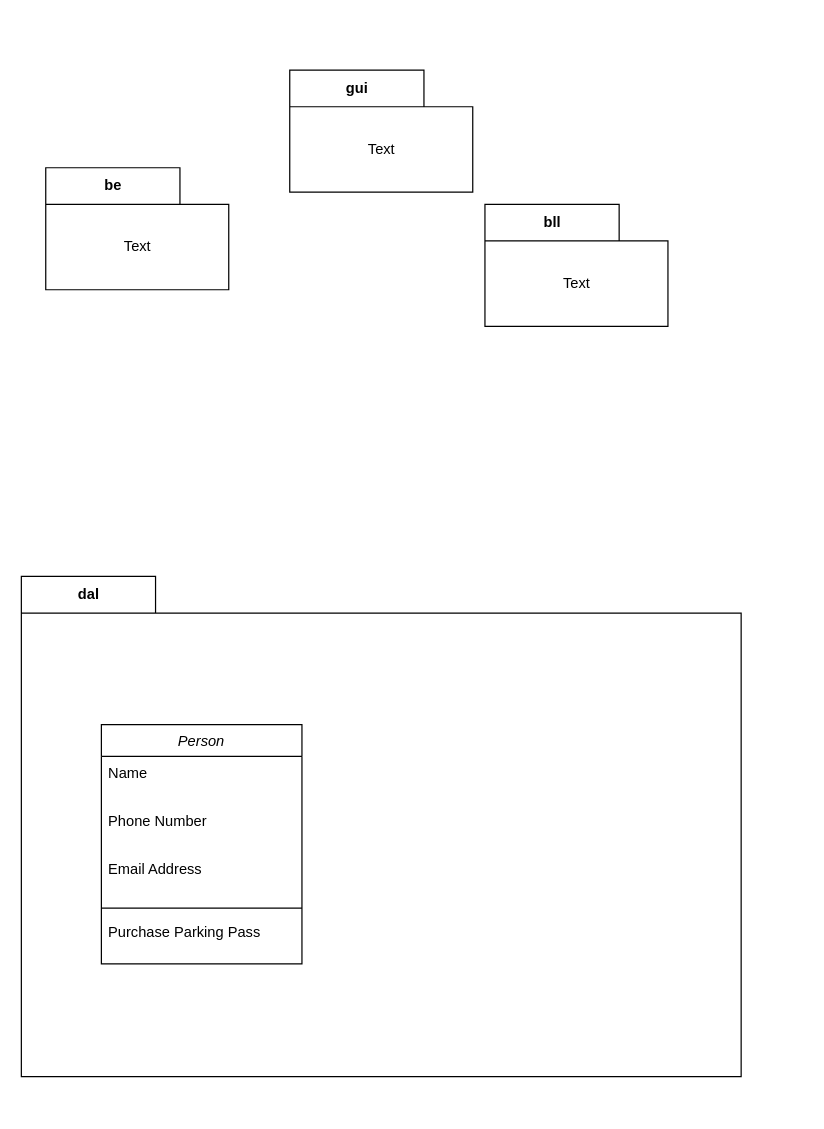
Andylaa10/Compulsory-2---Event-Management keeps this draw.io diagram as page "UML - Event Management" (2 of 2) of .design/Untitled Diagram.drawio. Above is the earlier version. Source tidied: cells renumbered, new cells numbered last; positions are measured from the earlier drawing's top-left corner, leaving out a move shared by most shapes. Both pictures are drawn from the tidied source at 122%, with x=0, y=0 at pixel (21, 70).
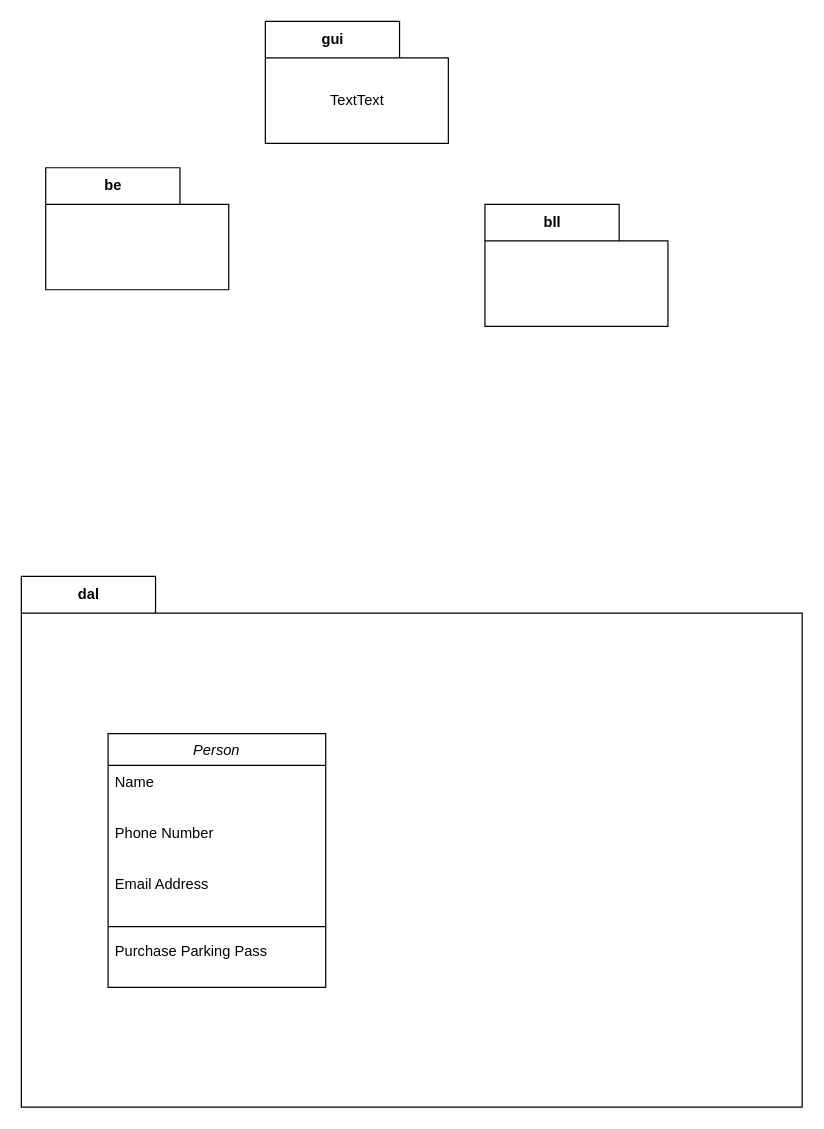
The same diagram, later.

The edit, as a diff of the source:
```diff
@@
 <mxGraphModel>
   <root>
     <mxCell id="0" />
     <mxCell id="1" parent="0" />
     <mxCell id="2" value="gui" style="shape=folder;fontStyle=1;tabWidth=110;tabHeight=30;tabPosition=left;html=1;boundedLbl=1;labelInHeader=1;" parent="1" vertex="1">
-      <mxGeometry x="220" width="150" height="100" as="geometry" />
+      <mxGeometry x="200" y="-40" width="150" height="100" as="geometry" />
     </mxCell>
-    <mxCell id="3" value="Text" style="html=1;strokeColor=none;fillColor=none;" parent="2" vertex="1">
+    <mxCell id="3" value="TextText" style="html=1;strokeColor=none;fillColor=none;" parent="2" vertex="1">
       <mxGeometry width="150" height="70" relative="1" as="geometry">
         <mxPoint y="30" as="offset" />
       </mxGeometry>
     </mxCell>
     <mxCell id="4" value="be" style="shape=folder;fontStyle=1;tabWidth=110;tabHeight=30;tabPosition=left;html=1;boundedLbl=1;labelInHeader=1;" parent="1" vertex="1">
       <mxGeometry x="20" y="80" width="150" height="100" as="geometry" />
     </mxCell>
-    <mxCell id="5" value="Text" style="html=1;strokeColor=none;fillColor=none;" parent="4" vertex="1">
+    <mxCell id="5" value="&lt;br&gt;" style="html=1;strokeColor=none;fillColor=none;" parent="4" vertex="1">
       <mxGeometry width="150" height="70" relative="1" as="geometry">
         <mxPoint y="30" as="offset" />
       </mxGeometry>
     </mxCell>
     <mxCell id="6" value="bll" style="shape=folder;fontStyle=1;tabWidth=110;tabHeight=30;tabPosition=left;html=1;boundedLbl=1;labelInHeader=1;" parent="1" vertex="1">
       <mxGeometry x="380" y="110" width="150" height="100" as="geometry" />
     </mxCell>
-    <mxCell id="7" value="Text" style="html=1;strokeColor=none;fillColor=none;" parent="6" vertex="1">
+    <mxCell id="7" style="html=1;strokeColor=none;fillColor=none;" parent="6" vertex="1">
       <mxGeometry width="150" height="70" relative="1" as="geometry">
         <mxPoint y="30" as="offset" />
       </mxGeometry>
     </mxCell>
     <mxCell id="8" value="dal" style="shape=folder;fontStyle=1;tabWidth=110;tabHeight=30;tabPosition=left;html=1;boundedLbl=1;labelInHeader=1;" parent="1" vertex="1">
-      <mxGeometry y="415" width="590" height="410" as="geometry" />
+      <mxGeometry y="415" width="640" height="435" as="geometry" />
     </mxCell>
     <mxCell id="9" style="html=1;strokeColor=none;fillColor=none;" parent="8" vertex="1">
-      <mxGeometry width="590" height="287" relative="1" as="geometry">
+      <mxGeometry width="640" height="403.17" relative="1" as="geometry">
         <mxPoint y="30" as="offset" />
       </mxGeometry>
     </mxCell>
     <mxCell id="10" value="Person" style="swimlane;fontStyle=2;align=center;verticalAlign=top;horizontal=1;startSize=26;rounded=0;shadow=0;strokeWidth=1;" parent="8" vertex="1">
-      <mxGeometry x="65.6" y="121.5" width="164.4" height="196.1" as="geometry" />
+      <mxGeometry x="71.1" y="128.9" width="178.4" height="208" as="geometry" />
     </mxCell>
     <mxCell id="11" value="Name" style="text;align=left;verticalAlign=top;spacingLeft=4;spacingRight=4;overflow=hidden;" parent="10" vertex="1">
-      <mxGeometry y="26" width="164.4" height="39.5" as="geometry" />
+      <mxGeometry y="26" width="178.4" height="41.9" as="geometry" />
     </mxCell>
     <mxCell id="12" value="Phone Number" style="text;align=left;verticalAlign=top;spacingLeft=4;spacingRight=4;overflow=hidden;rounded=0;shadow=0;html=0;" parent="10" vertex="1">
-      <mxGeometry y="65.5" width="164.4" height="39.5" as="geometry" />
+      <mxGeometry y="67.9" width="178.4" height="41.9" as="geometry" />
     </mxCell>
     <mxCell id="13" value="Email Address" style="text;align=left;verticalAlign=top;spacingLeft=4;spacingRight=4;overflow=hidden;rounded=0;shadow=0;html=0;" parent="10" vertex="1">
-      <mxGeometry y="105" width="164.4" height="39.5" as="geometry" />
+      <mxGeometry y="109.8" width="178.4" height="41.9" as="geometry" />
     </mxCell>
     <mxCell id="14" style="line;html=1;strokeWidth=1;align=left;verticalAlign=middle;spacingTop=-1;spacingLeft=3;spacingRight=3;labelPosition=right;" parent="10" vertex="1">
-      <mxGeometry y="144.4" width="164.4" height="12.1" as="geometry" />
+      <mxGeometry y="151.7" width="178.4" height="12.9" as="geometry" />
     </mxCell>
     <mxCell id="15" value="Purchase Parking Pass" style="text;align=left;verticalAlign=top;spacingLeft=4;spacingRight=4;overflow=hidden;" parent="10" vertex="1">
-      <mxGeometry y="156.6" width="164.4" height="39.5" as="geometry" />
+      <mxGeometry y="164.6" width="178.4" height="41.9" as="geometry" />
     </mxCell>
   </root>
 </mxGraphModel>
```
